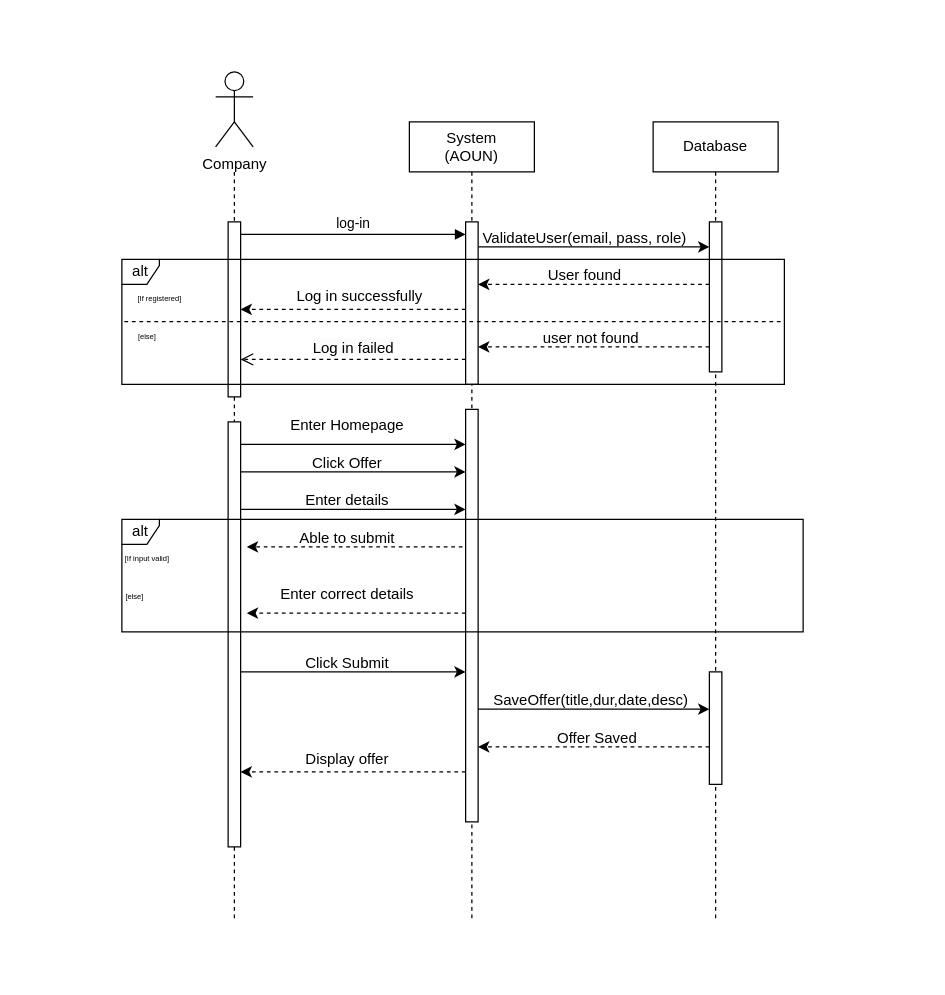
saleh300/GP1-report keeps this draw.io diagram as Diagrams/OfferCoopSequence.drawio. Above is the earlier version. Source tidied: cells renumbered, new cells numbered last; positions are measured from the earlier drawing's top-left corner, leaving out a move shared by most shapes. Both pictures are drawn from the tidied source at 125%, with x=0, y=0 at pixel (109, 71).
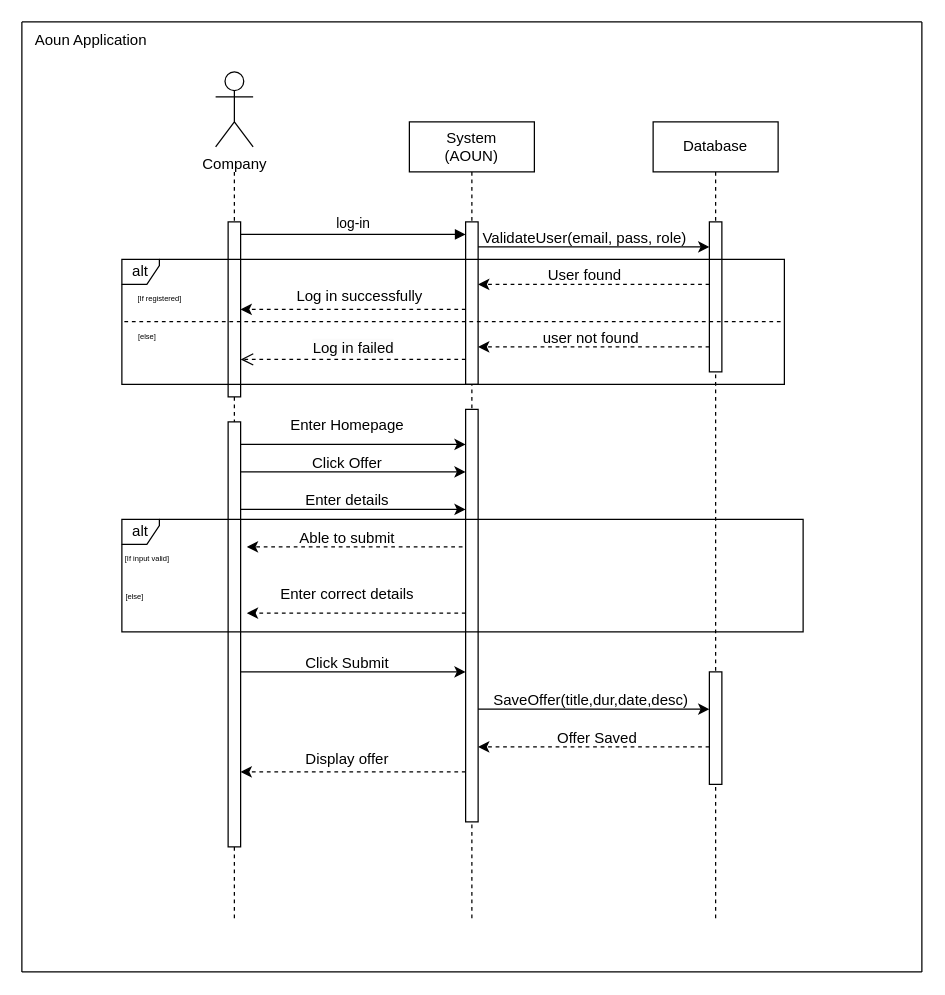
The same page after the edit.

What changed in the source:
```diff
@@
+    <mxCell id="47" value="Aoun Application" style="text;html=1;align=center;verticalAlign=middle;strokeColor=none;fillColor=none;" parent="1" vertex="1">
+      <mxGeometry x="-70" y="-40" width="110" height="30" as="geometry" />
+    </mxCell>
+    <mxCell id="48" style="endArrow=none;html=1;rounded=0;" parent="1" edge="1">
+      <mxGeometry relative="1" as="geometry">
+        <mxPoint x="-70" y="720" as="sourcePoint" />
+        <mxPoint x="-70" y="-40" as="targetPoint" />
+      </mxGeometry>
+    </mxCell>
+    <mxCell id="49" style="endArrow=none;html=1;rounded=0;" parent="1" edge="1">
+      <mxGeometry relative="1" as="geometry">
+        <mxPoint x="-70" y="-40" as="sourcePoint" />
+        <mxPoint x="650" y="-40" as="targetPoint" />
+      </mxGeometry>
+    </mxCell>
+    <mxCell id="50" style="endArrow=none;html=1;rounded=0;" parent="1" edge="1">
+      <mxGeometry relative="1" as="geometry">
+        <mxPoint x="650" y="720" as="sourcePoint" />
+        <mxPoint x="650" y="-40" as="targetPoint" />
+      </mxGeometry>
+    </mxCell>
+    <mxCell id="51" style="endArrow=none;html=1;rounded=0;" parent="1" edge="1">
+      <mxGeometry relative="1" as="geometry">
+        <mxPoint x="-70" y="720" as="sourcePoint" />
+        <mxPoint x="650" y="720" as="targetPoint" />
+      </mxGeometry>
+    </mxCell>
```
